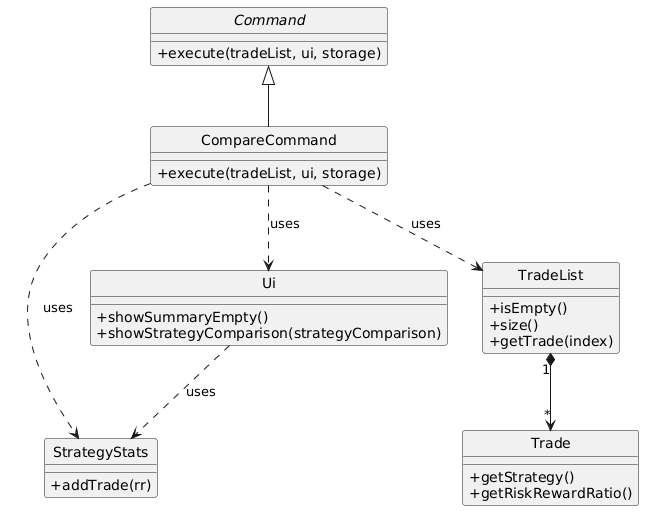
This is docs/diagrams/compare-class-diagram.png from AY2526S2-CS2113-T11-2/tp, a PlantUML export, as it was before one commit.
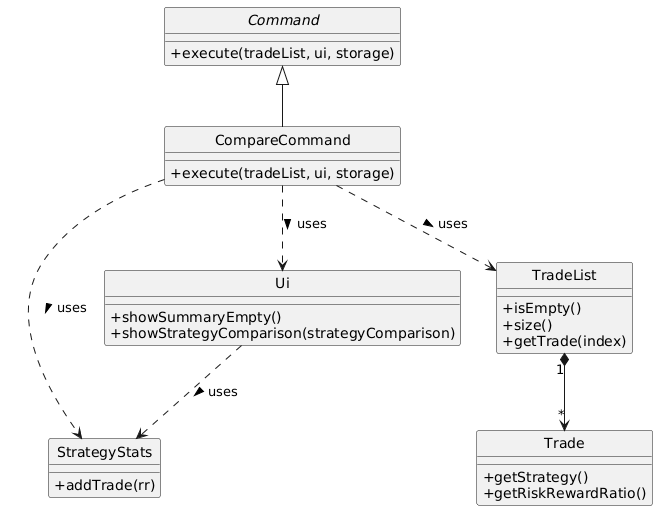
The same diagram one commit later.

What changed in the source:
```diff
@@ -31,9 +31,9 @@
 }
 
 Command <|-- CompareCommand
-CompareCommand ..> TradeList : uses
-CompareCommand ..> Ui : uses
-CompareCommand ..> StrategyStats : uses
+CompareCommand ..> TradeList : uses >
+CompareCommand ..> Ui : uses >
+CompareCommand ..> StrategyStats : uses >
 TradeList "1" *--> "*" Trade
-Ui ..> StrategyStats : uses
+Ui ..> StrategyStats : uses >
 @enduml
```
